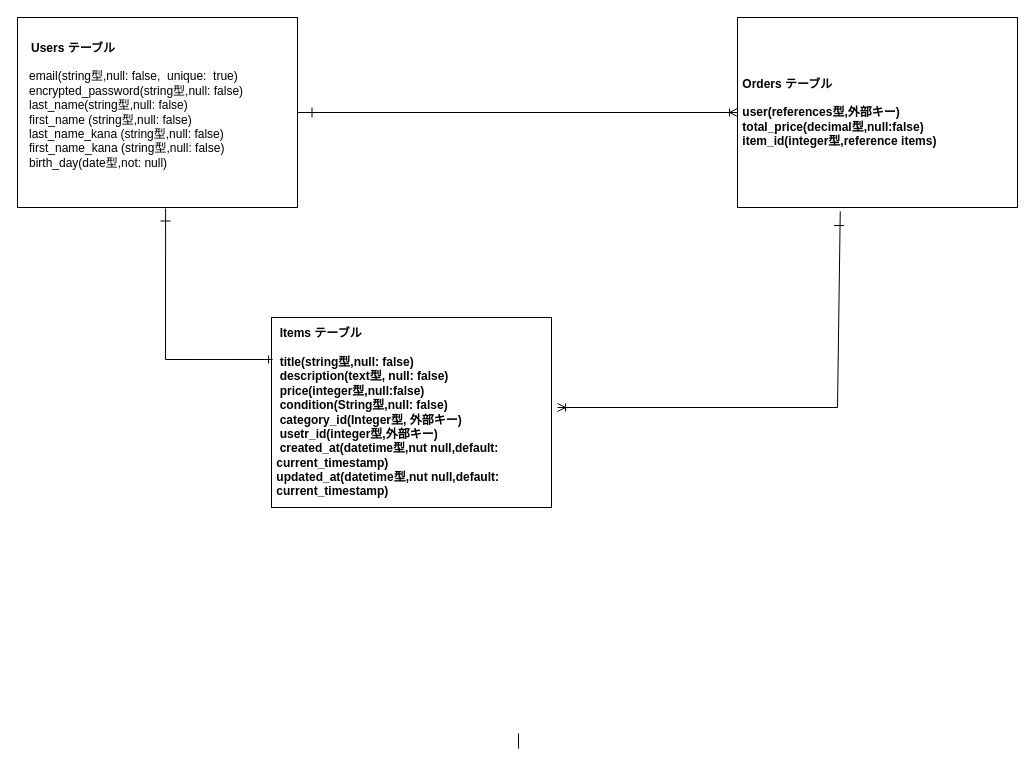
The draw.io diagram ER.dio in chanhito05/furima-40239, before the edit. Source tidied: cells renumbered, new cells numbered last; positions are measured from the earlier drawing's top-left corner, leaving out a move shared by most shapes. Both pictures are drawn from the tidied source at 100%, with x=0, y=0 at pixel (17, 17).
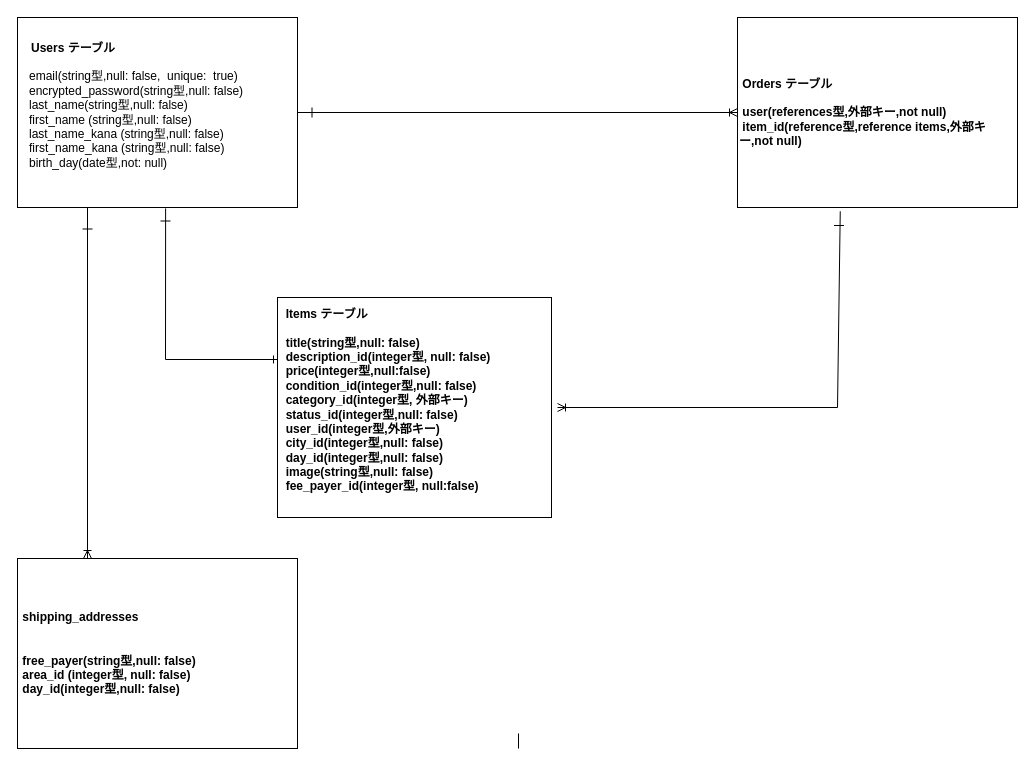
The same page after the edit.

The edit, as a diff of the source:
```diff
@@
 <mxGraphModel>
   <root>
     <mxCell id="0" />
     <mxCell id="1" parent="0" />
     <mxCell id="2" value="&lt;b&gt;　Users テーブル&lt;br&gt;&lt;/b&gt;　&lt;br&gt;&amp;nbsp; &amp;nbsp;email(string型,null: false,&amp;nbsp; unique:&amp;nbsp; true)&lt;br&gt;&amp;nbsp; &amp;nbsp;encrypted_password(string型,null: false)&lt;br&gt;&amp;nbsp; &amp;nbsp;last_name(string型,null: false)&lt;br&gt;&amp;nbsp; &amp;nbsp;first_name&amp;nbsp;(string型,null: false)&lt;br&gt;&amp;nbsp; &amp;nbsp;last_name_kana&amp;nbsp;(string型,null: false)&lt;br&gt;&amp;nbsp; &amp;nbsp;first_name_kana (string型,null: false)&lt;br&gt;&amp;nbsp; &amp;nbsp;birth_day(date型,not: null)&amp;nbsp; &amp;nbsp;&lt;br&gt;&amp;nbsp; &amp;nbsp; &amp;nbsp;" style="rounded=0;whiteSpace=wrap;html=1;align=left;" parent="1" vertex="1">
       <mxGeometry width="280" height="190" as="geometry" />
     </mxCell>
-    <mxCell id="3" value="&lt;b&gt;&amp;nbsp; Items テーブル&lt;br&gt;&lt;br&gt;&amp;nbsp; title(string型,null: false)&lt;br&gt;&amp;nbsp; description(text型, null: false)&lt;br&gt;&amp;nbsp; price(integer型,null:false)&lt;br&gt;&amp;nbsp; condition(String型,null: false)&lt;br&gt;&amp;nbsp; category_id(Integer型, 外部キー)&lt;br&gt;&amp;nbsp; usetr_id(integer型,外部キー)&lt;br&gt;&amp;nbsp; created_at(datetime型,nut null,default:&amp;nbsp; &amp;nbsp;current_timestamp)&lt;br&gt;&amp;nbsp;updated_at(datetime型,nut null,default:&amp;nbsp; &amp;nbsp;current_timestamp)&lt;br&gt;&lt;/b&gt;" style="rounded=0;whiteSpace=wrap;html=1;align=left;" parent="1" vertex="1">
-      <mxGeometry x="254" y="300" width="280" height="190" as="geometry" />
+    <mxCell id="3" value="&lt;b&gt;&amp;nbsp; Items テーブル&lt;br&gt;&lt;br&gt;&amp;nbsp; title(string型,null: false)&lt;br&gt;&amp;nbsp; description_id(integer型, null: false)&lt;br&gt;&amp;nbsp; price(integer型,null:false)&lt;br&gt;&amp;nbsp; condition_id(integer型,null: false)&lt;br&gt;&amp;nbsp; category_id(integer型, 外部キー)&lt;br&gt;&amp;nbsp; status_id(integer型,null: false)&lt;br&gt;&amp;nbsp; user_id(integer型,外部キー)&lt;br&gt;&amp;nbsp; city_id(integer型,null: false)&lt;br&gt;&amp;nbsp; day_id(integer型,null: false)&lt;br&gt;&amp;nbsp; image(string型,null: false)&lt;br&gt;&amp;nbsp; fee_payer_id(integer型, null:false)&lt;br&gt;&lt;br&gt;&lt;/b&gt;" style="rounded=0;whiteSpace=wrap;html=1;align=left;" parent="1" vertex="1">
+      <mxGeometry x="260" y="280" width="274" height="220" as="geometry" />
     </mxCell>
-    <mxCell id="4" value="&lt;b&gt;&amp;nbsp;Orders テーブル&lt;br&gt;&amp;nbsp;&lt;br&gt;&amp;nbsp;user(references型,外部キー)&lt;br&gt;&amp;nbsp;total_price(decimal型,null:false)&lt;br&gt;&amp;nbsp;item_id(integer型,reference items)&lt;br&gt;&lt;/b&gt;" style="rounded=0;whiteSpace=wrap;html=1;align=left;" parent="1" vertex="1">
+    <mxCell id="4" value="&lt;b&gt;&amp;nbsp;Orders テーブル&lt;br&gt;&amp;nbsp;&lt;br&gt;&amp;nbsp;user(references型,外部キー,not null)&lt;br&gt;&amp;nbsp;item_id(reference型,reference items,外部キー,not null)&lt;br&gt;&lt;/b&gt;" style="rounded=0;whiteSpace=wrap;html=1;align=left;" parent="1" vertex="1">
       <mxGeometry x="720" width="280" height="190" as="geometry" />
     </mxCell>
     <mxCell id="5" style="fontSize=12;html=1;endArrow=ERoneToMany;exitX=0.367;exitY=1.02;exitDx=0;exitDy=0;exitPerimeter=0;rounded=0;" parent="1" edge="1" source="4">
       <mxGeometry relative="1" as="geometry">
         <mxPoint x="540" y="390" as="targetPoint" />
         <Array as="points">
           <mxPoint x="820" y="390" />
         </Array>
       </mxGeometry>
     </mxCell>
     <mxCell id="6" style="line;strokeWidth=1;direction=north;html=1;rounded=0;" parent="1" vertex="1">
       <mxGeometry x="471" y="716" width="60" height="15" as="geometry" />
     </mxCell>
     <mxCell id="7" style="fontSize=12;html=1;endArrow=ERoneToMany;exitX=1;exitY=0.5;exitDx=0;exitDy=0;rounded=0;" parent="1" edge="1" source="2">
       <mxGeometry relative="1" as="geometry">
         <mxPoint x="720" y="95" as="targetPoint" />
       </mxGeometry>
     </mxCell>
     <mxCell id="8" style="line;strokeWidth=1;direction=north;html=1;rounded=0;" parent="1" vertex="1">
       <mxGeometry x="288" y="90" width="13" height="10" as="geometry" />
     </mxCell>
     <mxCell id="9" style="line;strokeWidth=1;direction=west;html=1;rounded=0;" parent="1" vertex="1">
       <mxGeometry x="143" y="197" width="10" height="13" as="geometry" />
     </mxCell>
-    <mxCell id="10" style="fontSize=12;html=1;endArrow=ERone;endFill=1;exitX=0.529;exitY=1.005;exitDx=0;exitDy=0;exitPerimeter=0;entryX=0.004;entryY=0.221;entryDx=0;entryDy=0;entryPerimeter=0;rounded=0;" parent="1" edge="1" source="2" target="3">
+    <mxCell id="10" style="fontSize=12;html=1;endArrow=ERone;endFill=1;exitX=0.529;exitY=1.005;exitDx=0;exitDy=0;exitPerimeter=0;rounded=0;" parent="1" edge="1" source="2">
       <mxGeometry relative="1" as="geometry">
+        <mxPoint x="260" y="342" as="targetPoint" />
         <Array as="points">
           <mxPoint x="148" y="342" />
         </Array>
       </mxGeometry>
     </mxCell>
     <mxCell id="11" style="line;strokeWidth=1;direction=east;html=1;" parent="1" vertex="1">
       <mxGeometry x="816.5" y="201.5" width="10" height="13" as="geometry" />
     </mxCell>
+    <mxCell id="12" value="&lt;b&gt;&amp;nbsp;shipping_addresses&lt;br&gt;&lt;br&gt;&lt;br&gt;&amp;nbsp;free_payer(string型,null: false)&lt;br&gt;&amp;nbsp;area_id (integer型, null: false)&lt;br&gt;&amp;nbsp;day_id(integer型,null: false)&lt;br&gt;&lt;/b&gt;" style="rounded=0;whiteSpace=wrap;html=1;align=left;" parent="1" vertex="1">
+      <mxGeometry y="541" width="280" height="190" as="geometry" />
+    </mxCell>
+    <mxCell id="13" style="fontSize=12;html=1;endArrow=ERoneToMany;exitX=0.25;exitY=1;exitDx=0;exitDy=0;rounded=0;entryX=0.25;entryY=0;entryDx=0;entryDy=0;" parent="1" edge="1" source="2" target="12">
+      <mxGeometry relative="1" as="geometry" />
+    </mxCell>
+    <mxCell id="14" style="line;strokeWidth=1;direction=west;html=1;rounded=0;" parent="1" vertex="1">
+      <mxGeometry x="65" y="205" width="10" height="13" as="geometry" />
+    </mxCell>
   </root>
 </mxGraphModel>
```
